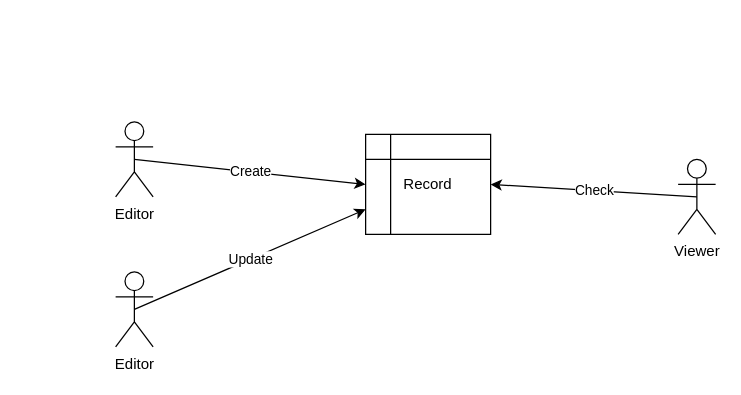
Before: cashtool/cash-businessflow.drawio in kayaru28/drawio, a draw.io diagram. Source tidied: cells renumbered, new cells numbered last; positions are measured from the earlier drawing's top-left corner, leaving out a move shared by most shapes. Both pictures are drawn from the tidied source at 125%, with x=0, y=0 at pixel (115, 121).
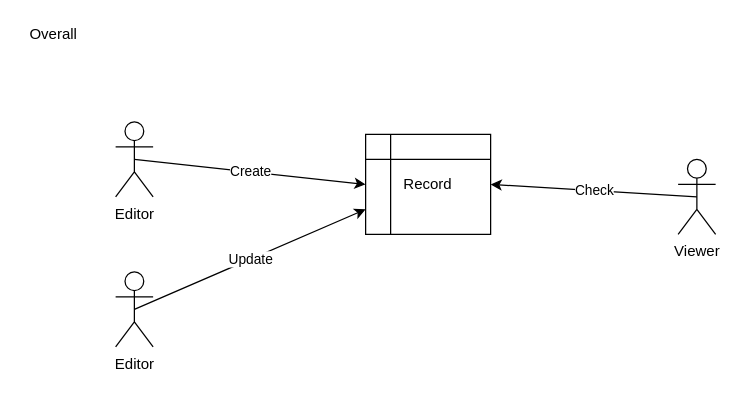
The same diagram, later.

Commit message (it also covers changes not shown here):
cash-businessflow.drawio を更新します

Diff of the diagram source:
```diff
@@
 <mxGraphModel background="#ffffff">
   <root>
     <mxCell id="0" />
     <mxCell id="1" parent="0" />
     <mxCell id="2" value="Editor" style="shape=umlActor;verticalLabelPosition=bottom;verticalAlign=top;html=1;outlineConnect=0;align=center;" parent="1" vertex="1">
       <mxGeometry width="30" height="60" as="geometry" />
     </mxCell>
     <mxCell id="3" style="endArrow=classic;html=1;entryX=0;entryY=0.5;entryDx=0;entryDy=0;exitX=0.5;exitY=0.5;exitDx=0;exitDy=0;exitPerimeter=0;" parent="1" edge="1" source="2" target="5">
       <mxGeometry relative="1" as="geometry" />
     </mxCell>
     <mxCell id="4" value="Create" style="edgeLabel;html=1;align=center;verticalAlign=middle;" parent="3" vertex="1">
       <mxGeometry relative="1" as="geometry" />
     </mxCell>
     <mxCell id="5" value="Record" style="shape=internalStorage;whiteSpace=wrap;html=1;backgroundOutline=1;align=center;" parent="1" vertex="1">
       <mxGeometry x="200" y="10" width="100" height="80" as="geometry" />
     </mxCell>
     <mxCell id="6" value="Editor" style="shape=umlActor;verticalLabelPosition=bottom;verticalAlign=top;html=1;outlineConnect=0;align=center;" parent="1" vertex="1">
       <mxGeometry y="120" width="30" height="60" as="geometry" />
     </mxCell>
     <mxCell id="7" style="endArrow=classic;html=1;entryX=0;entryY=0.75;entryDx=0;entryDy=0;exitX=0.5;exitY=0.5;exitDx=0;exitDy=0;exitPerimeter=0;" parent="1" edge="1" source="6" target="5">
       <mxGeometry relative="1" as="geometry" />
     </mxCell>
     <mxCell id="8" value="Update" style="edgeLabel;html=1;align=center;verticalAlign=middle;" parent="7" vertex="1">
       <mxGeometry relative="1" as="geometry" />
     </mxCell>
     <mxCell id="9" value="Viewer" style="shape=umlActor;verticalLabelPosition=bottom;verticalAlign=top;html=1;outlineConnect=0;align=center;" parent="1" vertex="1">
       <mxGeometry x="450" y="30" width="30" height="60" as="geometry" />
     </mxCell>
     <mxCell id="10" style="endArrow=classic;html=1;entryX=1;entryY=0.5;entryDx=0;entryDy=0;exitX=0.5;exitY=0.5;exitDx=0;exitDy=0;exitPerimeter=0;" parent="1" edge="1" source="9" target="5">
       <mxGeometry relative="1" as="geometry" />
     </mxCell>
     <mxCell id="11" value="Check" style="edgeLabel;html=1;align=center;verticalAlign=middle;" parent="10" vertex="1">
       <mxGeometry relative="1" as="geometry" />
     </mxCell>
+    <mxCell id="12" value="Overall" style="text;html=1;align=center;verticalAlign=middle;" parent="1" vertex="1">
+      <mxGeometry x="-75" y="-80" width="50" height="20" as="geometry" />
+    </mxCell>
   </root>
 </mxGraphModel>
```
